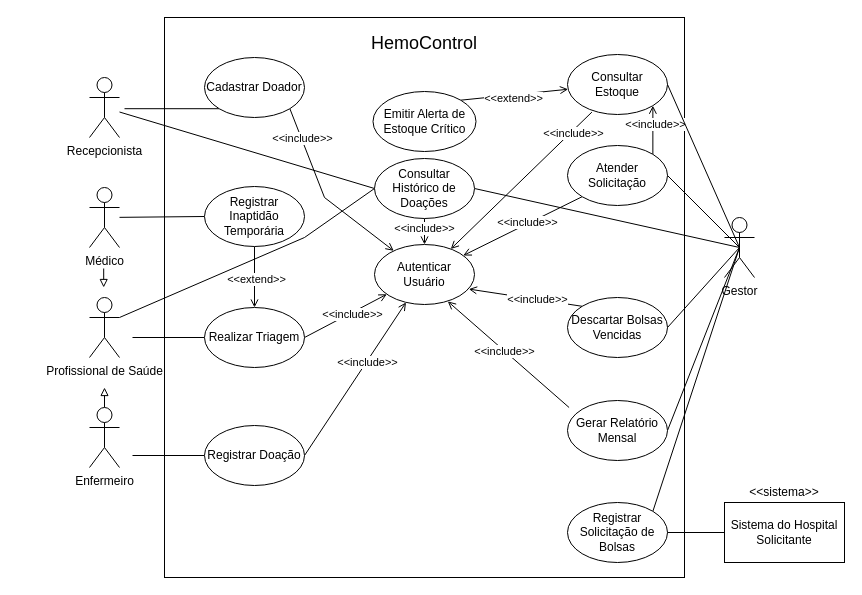
The draw.io diagram docs/casos-de-uso.drawio in Grabiie/hemocontrol, before the edit. Source tidied: cells renumbered, new cells numbered last; positions are measured from the earlier drawing's top-left corner, leaving out a move shared by most shapes. Both pictures are drawn from the tidied source at 100%, with x=0, y=0 at pixel (89, 17).
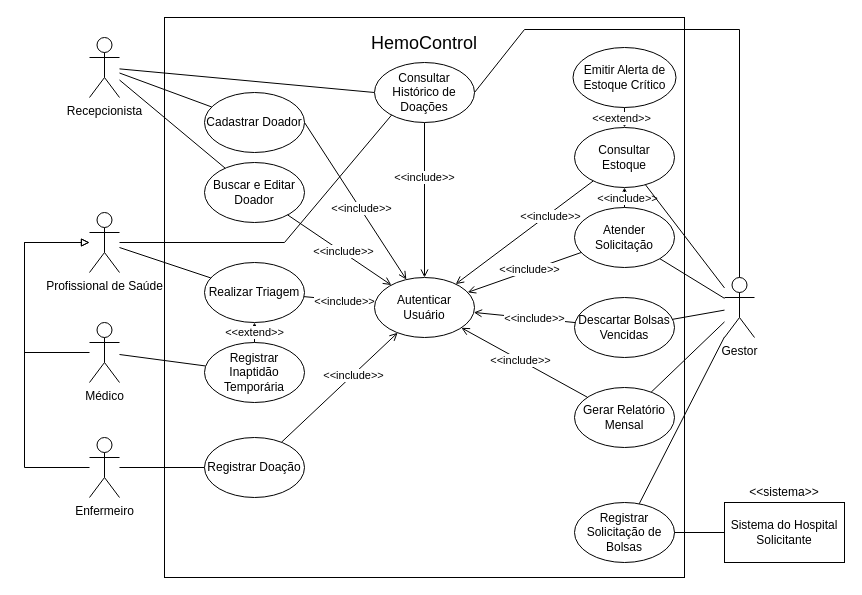
Above is the later version.

Commit message (it also covers changes not shown here):
docs: adiciona RF-13 e RN-08 de edição de doador

Unchanged cells that the change refers to:
```xml
<mxCell id="53" value="Sistema do Hospital Solicitante" style="rounded=0;whiteSpace=wrap;html=1;" parent="1" vertex="1">
  <mxGeometry x="635" y="485" width="120" height="60" as="geometry" />
</mxCell>
```

Change to the diagram source:
```diff
@@
     <mxCell id="4" value="Recepcionista " style="shape=umlActor;verticalLabelPosition=bottom;verticalAlign=top;html=1;outlineConnect=0;labelPerimeter=1;" parent="1" vertex="1">
-      <mxGeometry y="60" width="30" height="60" as="geometry" />
+      <mxGeometry y="20" width="30" height="60" as="geometry" />
     </mxCell>
-    <mxCell id="5" style="rounded=0;orthogonalLoop=1;jettySize=auto;html=1;defaultLabelBackgroundColor=page;endArrow=block;endFill=0;" parent="1" edge="1">
+    <mxCell id="5" style="rounded=0;jettySize=auto;html=1;defaultLabelBackgroundColor=page;endArrow=block;endFill=0;exitX=0;exitY=0.5;exitDx=0;exitDy=0;entryX=0;entryY=0.5;entryDx=0;entryDy=0;" parent="1" edge="1" source="6" target="39">
       <mxGeometry relative="1" as="geometry">
-        <mxPoint x="14.2" y="251" as="sourcePoint" />
-        <mxPoint x="14.2" y="270" as="targetPoint" />
+        <Array as="points">
+          <mxPoint x="-65" y="335" />
+          <mxPoint x="-65" y="225" />
+        </Array>
       </mxGeometry>
     </mxCell>
     <mxCell id="6" value="Médico" style="shape=umlActor;verticalLabelPosition=bottom;verticalAlign=top;html=1;outlineConnect=0;labelPerimeter=1;" parent="1" vertex="1">
-      <mxGeometry y="170" width="30" height="60" as="geometry" />
+      <mxGeometry y="305" width="30" height="60" as="geometry" />
     </mxCell>
-    <mxCell id="7" style="rounded=0;jettySize=auto;html=1;defaultLabelBackgroundColor=page;endArrow=block;endFill=0;" parent="1" edge="1" source="8">
+    <mxCell id="7" style="rounded=0;jettySize=auto;html=1;defaultLabelBackgroundColor=page;endArrow=block;endFill=0;exitX=0;exitY=0.5;exitDx=0;exitDy=0;entryX=0;entryY=0.5;entryDx=0;entryDy=0;" parent="1" edge="1" source="8" target="39">
       <mxGeometry relative="1" as="geometry">
-        <mxPoint x="15" y="370" as="targetPoint" />
+        <Array as="points">
+          <mxPoint x="-65" y="450" />
+          <mxPoint x="-65" y="225" />
+        </Array>
       </mxGeometry>
     </mxCell>
     <mxCell id="8" value="Enfermeiro " style="shape=umlActor;verticalLabelPosition=bottom;verticalAlign=top;html=1;outlineConnect=0;labelPerimeter=1;" parent="1" vertex="1">
-      <mxGeometry y="390" width="30" height="60" as="geometry" />
+      <mxGeometry y="420" width="30" height="60" as="geometry" />
     </mxCell>
     <mxCell id="9" value="Gestor " style="shape=umlActor;verticalLabelPosition=bottom;verticalAlign=top;html=1;outlineConnect=0;labelPerimeter=1;" parent="1" vertex="1">
-      <mxGeometry x="635" y="200" width="30" height="60" as="geometry" />
+      <mxGeometry x="635" y="260" width="30" height="60" as="geometry" />
     </mxCell>
-    <mxCell id="10" style="rounded=0;jettySize=auto;html=1;exitX=0;exitY=1;exitDx=0;exitDy=0;defaultLabelBackgroundColor=page;endArrow=none;endFill=0;" parent="1" edge="1" source="13">
-      <mxGeometry relative="1" as="geometry">
-        <mxPoint x="35" y="91.2" as="targetPoint" />
-      </mxGeometry>
+    <mxCell id="10" style="rounded=0;jettySize=auto;html=1;defaultLabelBackgroundColor=page;endArrow=none;endFill=0;" parent="1" edge="1" source="13" target="4">
+      <mxGeometry relative="1" as="geometry" />
     </mxCell>
-    <mxCell id="11" style="rounded=0;jettySize=auto;html=1;exitX=1;exitY=1;exitDx=0;exitDy=0;defaultLabelBackgroundColor=page;endArrow=open;endFill=0;flowAnimation=1;" parent="1" edge="1" source="13" target="40">
-      <mxGeometry relative="1" as="geometry">
-        <Array as="points">
-          <mxPoint x="235" y="180" />
-        </Array>
-      </mxGeometry>
+    <mxCell id="11" style="rounded=0;jettySize=auto;html=1;defaultLabelBackgroundColor=page;endArrow=open;endFill=0;flowAnimation=1;exitX=1;exitY=0.5;exitDx=0;exitDy=0;" parent="1" edge="1" source="13" target="40">
+      <mxGeometry relative="1" as="geometry" />
     </mxCell>
     <mxCell id="12" value="&amp;lt;&amp;lt;include&amp;gt;&amp;gt;" style="edgeLabel;html=1;align=center;verticalAlign=middle;inheritText=1;defaultLabelBackgroundColor=page;" parent="11" vertex="1">
-      <mxGeometry x="-0.65" y="1" relative="1" as="geometry" />
+      <mxGeometry x="0.1" y="1" relative="1" as="geometry" />
     </mxCell>
     <mxCell id="13" value="Cadastrar Doador" style="ellipse;whiteSpace=wrap;html=1;shapeInside=1;" parent="1" vertex="1">
-      <mxGeometry x="115" y="40" width="100" height="60" as="geometry" />
+      <mxGeometry x="115" y="75" width="100" height="60" as="geometry" />
     </mxCell>
-    <mxCell id="14" style="rounded=0;jettySize=auto;html=1;exitX=0;exitY=0.5;exitDx=0;exitDy=0;defaultLabelBackgroundColor=page;endArrow=none;endFill=0;" parent="1" edge="1" source="51" target="6">
+    <mxCell id="14" style="rounded=0;jettySize=auto;html=1;defaultLabelBackgroundColor=page;endArrow=none;endFill=0;" parent="1" edge="1" source="51" target="6">
       <mxGeometry relative="1" as="geometry" />
     </mxCell>
-    <mxCell id="15" style="rounded=0;jettySize=auto;html=1;exitX=0.5;exitY=1;exitDx=0;exitDy=0;defaultLabelBackgroundColor=page;endArrow=open;endFill=0;flowAnimation=1;" parent="1" edge="1" source="51" target="20">
+    <mxCell id="15" style="rounded=0;jettySize=auto;html=1;defaultLabelBackgroundColor=page;endArrow=open;endFill=0;flowAnimation=1;" parent="1" edge="1" source="51" target="20">
       <mxGeometry relative="1" as="geometry" />
     </mxCell>
@@
-    <mxCell id="17" style="edgeStyle=orthogonalEdgeStyle;rounded=0;jettySize=auto;html=1;exitX=0;exitY=0.5;exitDx=0;exitDy=0;defaultLabelBackgroundColor=page;endArrow=none;endFill=0;" parent="1" edge="1" source="20">
-      <mxGeometry relative="1" as="geometry">
-        <mxPoint x="43" y="320" as="targetPoint" />
-      </mxGeometry>
+    <mxCell id="17" style="rounded=0;jettySize=auto;html=1;defaultLabelBackgroundColor=page;endArrow=none;endFill=0;" parent="1" edge="1" source="20" target="39">
+      <mxGeometry relative="1" as="geometry" />
     </mxCell>
-    <mxCell id="18" style="rounded=0;jettySize=auto;html=1;exitX=1;exitY=0.5;exitDx=0;exitDy=0;defaultLabelBackgroundColor=page;endArrow=open;endFill=0;flowAnimation=1;" parent="1" edge="1" source="20" target="40">
+    <mxCell id="18" style="rounded=0;jettySize=auto;html=1;defaultLabelBackgroundColor=page;endArrow=open;endFill=0;flowAnimation=1;" parent="1" edge="1" source="20" target="40">
       <mxGeometry relative="1" as="geometry" />
     </mxCell>
@@
     <mxCell id="20" value="Realizar Triagem" style="ellipse;whiteSpace=wrap;html=1;shapeInside=1;" parent="1" vertex="1">
-      <mxGeometry x="115" y="290" width="100" height="60" as="geometry" />
+      <mxGeometry x="115" y="245" width="100" height="60" as="geometry" />
     </mxCell>
-    <mxCell id="21" style="edgeStyle=orthogonalEdgeStyle;rounded=0;jettySize=auto;html=1;exitX=0;exitY=0.5;exitDx=0;exitDy=0;defaultLabelBackgroundColor=page;endArrow=none;endFill=0;" parent="1" edge="1" source="24">
-      <mxGeometry relative="1" as="geometry">
-        <mxPoint x="43" y="438" as="targetPoint" />
-      </mxGeometry>
+    <mxCell id="21" style="rounded=0;jettySize=auto;html=1;defaultLabelBackgroundColor=page;endArrow=none;endFill=0;" parent="1" edge="1" source="24" target="8">
+      <mxGeometry relative="1" as="geometry" />
     </mxCell>
-    <mxCell id="22" style="rounded=0;jettySize=auto;html=1;exitX=1;exitY=0.5;exitDx=0;exitDy=0;defaultLabelBackgroundColor=page;endArrow=open;endFill=0;flowAnimation=1;" parent="1" edge="1" source="24" target="40">
+    <mxCell id="22" style="rounded=0;jettySize=auto;html=1;defaultLabelBackgroundColor=page;endArrow=open;endFill=0;flowAnimation=1;" parent="1" edge="1" source="24" target="40">
       <mxGeometry relative="1" as="geometry" />
     </mxCell>
@@
     <mxCell id="24" value="Registrar Doação" style="ellipse;whiteSpace=wrap;html=1;shapeInside=1;" parent="1" vertex="1">
-      <mxGeometry x="115" y="408" width="100" height="60" as="geometry" />
+      <mxGeometry x="115" y="420" width="100" height="60" as="geometry" />
     </mxCell>
-    <mxCell id="25" style="rounded=0;jettySize=auto;html=1;exitX=1;exitY=0;exitDx=0;exitDy=0;defaultLabelBackgroundColor=page;endArrow=none;endFill=0;entryX=0.5;entryY=0.5;entryDx=0;entryDy=0;entryPerimeter=0;" parent="1" edge="1" source="26" target="9">
+    <mxCell id="25" style="rounded=0;jettySize=auto;html=1;defaultLabelBackgroundColor=page;endArrow=none;endFill=0;" parent="1" edge="1" source="26" target="9">
       <mxGeometry relative="1" as="geometry" />
     </mxCell>
     <mxCell id="26" value="Registrar Solicitação de Bolsas" style="ellipse;whiteSpace=wrap;html=1;shapeInside=1;" parent="1" vertex="1">
-      <mxGeometry x="478" y="485" width="100" height="60" as="geometry" />
+      <mxGeometry x="485" y="485" width="100" height="60" as="geometry" />
     </mxCell>
-    <mxCell id="27" style="rounded=0;jettySize=auto;html=1;exitX=0.244;exitY=0.96;exitDx=0;exitDy=0;defaultLabelBackgroundColor=page;endArrow=open;endFill=0;flowAnimation=1;exitPerimeter=0;" parent="1" edge="1" source="31" target="40">
+    <mxCell id="27" style="rounded=0;jettySize=auto;html=1;defaultLabelBackgroundColor=page;endArrow=open;endFill=0;flowAnimation=1;" parent="1" edge="1" source="31" target="40">
       <mxGeometry relative="1" as="geometry" />
     </mxCell>
     <mxCell id="28" value="&amp;lt;&amp;lt;include&amp;gt;&amp;gt;" style="edgeLabel;html=1;align=center;verticalAlign=middle;inheritText=1;defaultLabelBackgroundColor=page;" parent="27" vertex="1">
-      <mxGeometry x="-0.72" y="2" relative="1" as="geometry" />
+      <mxGeometry x="-0.35" y="2" relative="1" as="geometry" />
     </mxCell>
-    <mxCell id="29" style="rounded=0;jettySize=auto;html=1;exitX=1;exitY=1;exitDx=0;exitDy=0;entryX=1;entryY=0;entryDx=0;entryDy=0;defaultLabelBackgroundColor=page;endArrow=none;endFill=0;flowAnimation=1;startArrow=open;startFill=0;" parent="1" edge="1" source="31" target="34">
+    <mxCell id="29" style="rounded=0;jettySize=auto;html=1;defaultLabelBackgroundColor=page;endArrow=none;endFill=0;flowAnimation=1;startArrow=open;startFill=0;" parent="1" edge="1" source="31" target="34">
       <mxGeometry relative="1" as="geometry" />
     </mxCell>
     <mxCell id="30" value="&amp;lt;&amp;lt;include&amp;gt;&amp;gt;" style="edgeLabel;html=1;align=center;verticalAlign=middle;inheritText=1;defaultLabelBackgroundColor=page;" parent="29" vertex="1">
-      <mxGeometry x="-0.27" y="2" relative="1" as="geometry" />
+      <mxGeometry y="2" relative="1" as="geometry" />
     </mxCell>
     <mxCell id="31" value="Consultar Estoque" style="ellipse;whiteSpace=wrap;html=1;shapeInside=1;" parent="1" vertex="1">
-      <mxGeometry x="478" y="37" width="100" height="60" as="geometry" />
+      <mxGeometry x="485" y="110" width="100" height="60" as="geometry" />
     </mxCell>
-    <mxCell id="32" style="rounded=0;jettySize=auto;html=1;exitX=0;exitY=1;exitDx=0;exitDy=0;defaultLabelBackgroundColor=page;endArrow=open;endFill=0;flowAnimation=1;" parent="1" edge="1" source="34" target="40">
+    <mxCell id="32" style="rounded=0;jettySize=auto;html=1;defaultLabelBackgroundColor=page;endArrow=open;endFill=0;flowAnimation=1;" parent="1" edge="1" source="34" target="40">
       <mxGeometry relative="1" as="geometry" />
     </mxCell>
@@
     <mxCell id="34" value="Atender Solicitação" style="ellipse;whiteSpace=wrap;html=1;shapeInside=1;" parent="1" vertex="1">
-      <mxGeometry x="478" y="128" width="100" height="60" as="geometry" />
+      <mxGeometry x="485" y="190" width="100" height="60" as="geometry" />
     </mxCell>
     <mxCell id="35" value="Descartar Bolsas Vencidas" style="ellipse;whiteSpace=wrap;html=1;shapeInside=1;" parent="1" vertex="1">
-      <mxGeometry x="478" y="280" width="100" height="60" as="geometry" />
+      <mxGeometry x="485" y="280" width="100" height="60" as="geometry" />
     </mxCell>
-    <mxCell id="36" style="rounded=0;jettySize=auto;html=1;exitX=1;exitY=0.5;exitDx=0;exitDy=0;defaultLabelBackgroundColor=page;endArrow=none;endFill=0;entryX=0.5;entryY=0.5;entryDx=0;entryDy=0;entryPerimeter=0;" parent="1" edge="1" source="37" target="9">
+    <mxCell id="36" style="rounded=0;jettySize=auto;html=1;defaultLabelBackgroundColor=page;endArrow=none;endFill=0;" parent="1" edge="1" source="37" target="9">
       <mxGeometry relative="1" as="geometry" />
     </mxCell>
     <mxCell id="37" value="Gerar Relatório Mensal" style="ellipse;whiteSpace=wrap;html=1;shapeInside=1;" parent="1" vertex="1">
-      <mxGeometry x="478" y="383" width="100" height="60" as="geometry" />
+      <mxGeometry x="485" y="370" width="100" height="60" as="geometry" />
     </mxCell>
-    <mxCell id="38" style="rounded=0;jettySize=auto;html=1;exitX=1;exitY=0.3333333333333333;exitDx=0;exitDy=0;exitPerimeter=0;entryX=0;entryY=0.5;entryDx=0;entryDy=0;defaultLabelBackgroundColor=page;endArrow=none;endFill=0;" parent="1" edge="1" source="39" target="59">
+    <mxCell id="38" style="rounded=0;jettySize=auto;html=1;defaultLabelBackgroundColor=page;endArrow=none;endFill=0;entryX=0.15;entryY=0.9;entryDx=0;entryDy=0;" parent="1" edge="1" source="39" target="59">
       <mxGeometry relative="1" as="geometry">
         <Array as="points">
-          <mxPoint x="215" y="220" />
+          <mxPoint x="195" y="225" />
         </Array>
       </mxGeometry>
     </mxCell>
     <mxCell id="39" value="Profissional de Saúde " style="shape=umlActor;verticalLabelPosition=bottom;verticalAlign=top;html=1;outlineConnect=0;labelPerimeter=1;" parent="1" vertex="1">
-      <mxGeometry y="280" width="30" height="60" as="geometry" />
+      <mxGeometry y="195" width="30" height="60" as="geometry" />
     </mxCell>
     <mxCell id="40" value="Autenticar Usuário" style="ellipse;whiteSpace=wrap;html=1;shapeInside=1;" parent="1" vertex="1">
-      <mxGeometry x="285" y="227" width="100" height="60" as="geometry" />
+      <mxGeometry x="285" y="260" width="100" height="60" as="geometry" />
     </mxCell>
-    <mxCell id="41" style="rounded=0;jettySize=auto;html=1;exitX=1;exitY=0.5;exitDx=0;exitDy=0;entryX=0.5;entryY=0.5;entryDx=0;entryDy=0;entryPerimeter=0;defaultLabelBackgroundColor=page;endArrow=none;endFill=0;" parent="1" edge="1" source="35" target="9">
+    <mxCell id="41" style="rounded=0;jettySize=auto;html=1;defaultLabelBackgroundColor=page;endArrow=none;endFill=0;" parent="1" edge="1" source="35" target="9">
       <mxGeometry relative="1" as="geometry" />
     </mxCell>
-    <mxCell id="42" style="rounded=0;jettySize=auto;html=1;exitX=1;exitY=0.5;exitDx=0;exitDy=0;entryX=0.5;entryY=0.5;entryDx=0;entryDy=0;entryPerimeter=0;defaultLabelBackgroundColor=page;endArrow=none;endFill=0;" parent="1" edge="1" source="34" target="9">
+    <mxCell id="42" style="rounded=0;jettySize=auto;html=1;defaultLabelBackgroundColor=page;endArrow=none;endFill=0;" parent="1" edge="1" source="34" target="9">
       <mxGeometry relative="1" as="geometry" />
     </mxCell>
-    <mxCell id="43" style="rounded=0;jettySize=auto;html=1;exitX=1;exitY=0.5;exitDx=0;exitDy=0;entryX=0.5;entryY=0.5;entryDx=0;entryDy=0;entryPerimeter=0;defaultLabelBackgroundColor=page;endArrow=none;endFill=0;" parent="1" edge="1" source="31" target="9">
+    <mxCell id="43" style="rounded=0;jettySize=auto;html=1;defaultLabelBackgroundColor=page;endArrow=none;endFill=0;" parent="1" edge="1" source="31" target="9">
       <mxGeometry relative="1" as="geometry" />
     </mxCell>
-    <mxCell id="44" style="rounded=0;jettySize=auto;html=1;exitX=0;exitY=0;exitDx=0;exitDy=0;entryX=0.943;entryY=0.743;entryDx=0;entryDy=0;entryPerimeter=0;defaultLabelBackgroundColor=page;endArrow=open;endFill=0;flowAnimation=1;" parent="1" edge="1" source="35" target="40">
+    <mxCell id="44" style="rounded=0;jettySize=auto;html=1;defaultLabelBackgroundColor=page;endArrow=open;endFill=0;flowAnimation=1;" parent="1" edge="1" source="35" target="40">
       <mxGeometry relative="1" as="geometry" />
     </mxCell>
@@
-    <mxCell id="46" style="rounded=0;orthogonalLoop=1;jettySize=auto;html=1;exitX=0;exitY=0;exitDx=0;exitDy=0;entryX=0.733;entryY=0.978;entryDx=0;entryDy=0;entryPerimeter=0;defaultLabelBackgroundColor=page;flowAnimation=1;endArrow=open;endFill=0;curved=0;" parent="1" edge="1">
-      <mxGeometry relative="1" as="geometry">
-        <mxPoint x="479.6" y="390" as="sourcePoint" />
-        <mxPoint x="358.3" y="283.9" as="targetPoint" />
-      </mxGeometry>
+    <mxCell id="46" style="rounded=0;jettySize=auto;html=1;defaultLabelBackgroundColor=page;flowAnimation=1;endArrow=open;endFill=0;" parent="1" edge="1" source="37" target="40">
+      <mxGeometry relative="1" as="geometry" />
     </mxCell>
@@
-    <mxCell id="48" style="rounded=0;jettySize=auto;html=1;exitX=1;exitY=0;exitDx=0;exitDy=0;defaultLabelBackgroundColor=page;endArrow=open;endFill=0;flowAnimation=1;" parent="1" edge="1" source="50" target="31">
+    <mxCell id="48" style="rounded=0;jettySize=auto;html=1;defaultLabelBackgroundColor=page;endArrow=open;endFill=0;flowAnimation=1;" parent="1" edge="1" source="50" target="31">
       <mxGeometry relative="1" as="geometry" />
     </mxCell>
@@
     <mxCell id="50" value="Emitir Alerta de Estoque Crítico" style="ellipse;whiteSpace=wrap;html=1;shapeInside=1;fontSize=12;" parent="1" vertex="1">
-      <mxGeometry x="283.5" y="74" width="103" height="60" as="geometry" />
+      <mxGeometry x="483.5" y="30" width="103" height="60" as="geometry" />
     </mxCell>
     <mxCell id="51" value="Registrar Inaptidão Temporária" style="ellipse;whiteSpace=wrap;html=1;shapeInside=1;" parent="1" vertex="1">
-      <mxGeometry x="115" y="169" width="100" height="60" as="geometry" />
+      <mxGeometry x="115" y="325" width="100" height="60" as="geometry" />
     </mxCell>
-    <mxCell id="52" style="rounded=0;jettySize=auto;html=1;exitX=0;exitY=0.5;exitDx=0;exitDy=0;entryX=1;entryY=0.5;entryDx=0;entryDy=0;defaultLabelBackgroundColor=page;endArrow=none;endFill=0;" parent="1" edge="1" source="53" target="26">
+    <mxCell id="52" style="rounded=0;jettySize=auto;html=1;defaultLabelBackgroundColor=page;endArrow=none;endFill=0;" parent="1" edge="1" source="53" target="26">
       <mxGeometry relative="1" as="geometry" />
     </mxCell>
@@
-    <mxCell id="55" style="rounded=0;jettySize=auto;html=1;exitX=1;exitY=0.5;exitDx=0;exitDy=0;defaultLabelBackgroundColor=page;endArrow=none;endFill=0;entryX=0.5;entryY=0.5;entryDx=0;entryDy=0;entryPerimeter=0;" parent="1" edge="1" source="59" target="9">
-      <mxGeometry relative="1" as="geometry" />
+    <mxCell id="55" style="rounded=0;jettySize=auto;html=1;defaultLabelBackgroundColor=page;endArrow=none;endFill=0;exitX=1;exitY=0.5;exitDx=0;exitDy=0;" parent="1" edge="1" source="59" target="9">
+      <mxGeometry relative="1" as="geometry">
+        <Array as="points">
+          <mxPoint x="435" y="12" />
+          <mxPoint x="650" y="12" />
+        </Array>
+      </mxGeometry>
     </mxCell>
-    <mxCell id="56" style="rounded=0;jettySize=auto;html=1;exitX=0;exitY=0.5;exitDx=0;exitDy=0;defaultLabelBackgroundColor=page;endArrow=none;endFill=0;" parent="1" edge="1" source="59" target="4">
+    <mxCell id="56" style="rounded=0;jettySize=auto;html=1;defaultLabelBackgroundColor=page;endArrow=none;endFill=0;exitX=0;exitY=0.5;exitDx=0;exitDy=0;" parent="1" edge="1" source="59" target="4">
       <mxGeometry relative="1" as="geometry" />
     </mxCell>
-    <mxCell id="57" style="edgeStyle=orthogonalEdgeStyle;rounded=0;jettySize=auto;html=1;exitX=0.5;exitY=1;exitDx=0;exitDy=0;entryX=0.5;entryY=0;entryDx=0;entryDy=0;defaultLabelBackgroundColor=page;flowAnimation=1;endArrow=open;endFill=0;" parent="1" edge="1" source="59" target="40">
+    <mxCell id="57" style="rounded=0;jettySize=auto;html=1;defaultLabelBackgroundColor=page;flowAnimation=1;endArrow=open;endFill=0;exitX=0.5;exitY=1;exitDx=0;exitDy=0;entryX=0.5;entryY=0;entryDx=0;entryDy=0;" parent="1" edge="1" source="59" target="40">
       <mxGeometry relative="1" as="geometry" />
     </mxCell>
@@
     <mxCell id="59" value="Consultar Histórico de Doações" style="ellipse;whiteSpace=wrap;html=1;shapeInside=1;" parent="1" vertex="1">
-      <mxGeometry x="285" y="141" width="100" height="60" as="geometry" />
+      <mxGeometry x="285" y="45" width="100" height="60" as="geometry" />
     </mxCell>
+    <mxCell id="60" value="Buscar e Editar Doador" style="ellipse;whiteSpace=wrap;html=1;shapeInside=1;" parent="1" vertex="1">
+      <mxGeometry x="115" y="145" width="100" height="60" as="geometry" />
+    </mxCell>
+    <mxCell id="61" style="rounded=0;jettySize=auto;html=1;defaultLabelBackgroundColor=page;endArrow=none;endFill=0;" parent="1" edge="1" source="60" target="4">
+      <mxGeometry relative="1" as="geometry" />
+    </mxCell>
+    <mxCell id="62" style="rounded=0;jettySize=auto;html=1;defaultLabelBackgroundColor=page;endArrow=open;endFill=0;flowAnimation=1;" parent="1" edge="1" source="60" target="40">
+      <mxGeometry relative="1" as="geometry" />
+    </mxCell>
+    <mxCell id="63" value="&amp;lt;&amp;lt;include&amp;gt;&amp;gt;" style="edgeLabel;html=1;align=center;verticalAlign=middle;inheritText=1;defaultLabelBackgroundColor=page;" parent="62" vertex="1">
+      <mxGeometry x="0.05" y="1" relative="1" as="geometry" />
+    </mxCell>
```
